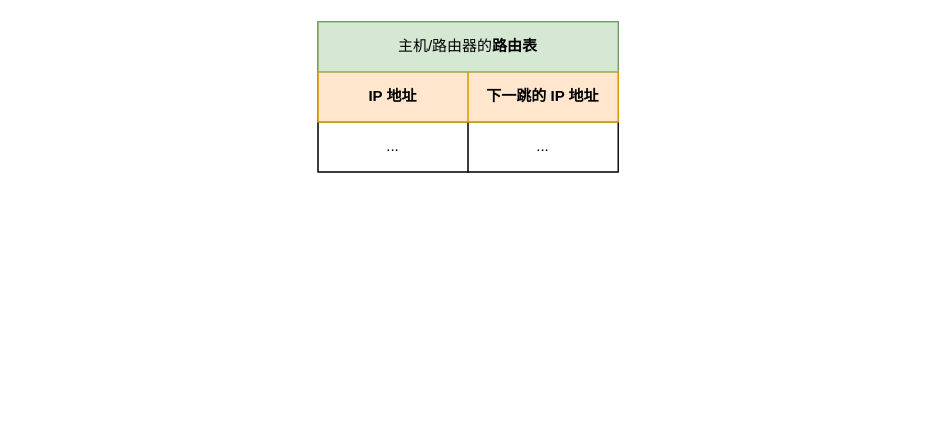
Earlier version of the draw.io diagram 计算机网络/路由控制.drawio (jayouths/drawio_Repository). Source tidied: cells renumbered, new cells numbered last; positions are measured from the earlier drawing's top-left corner, leaving out a move shared by most shapes. Both pictures are drawn from the tidied source at 125%, with x=0, y=0 at pixel (318, 21).
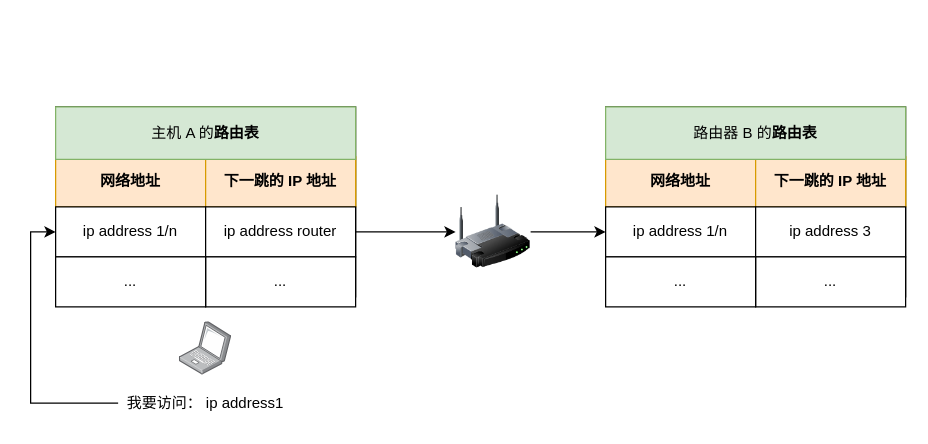
After the change.

Commit message (it also covers changes not shown here):
更新路由控制.drawio

The edit, as a diff of the source:
```diff
@@
+    <mxCell id="10" style="group;" parent="1" vertex="1">
+      <mxGeometry x="-210" y="68" width="680" height="252" as="geometry" />
+    </mxCell>
+    <mxCell id="11" style="image;html=1;align=center;shadow=0;dashed=0;image=img/lib/allied_telesis/computer_and_terminals/Laptop.svg;" parent="10" vertex="1">
+      <mxGeometry x="99" y="172" width="42" height="42.6" as="geometry" />
+    </mxCell>
+    <mxCell id="12" style="edgeStyle=orthogonalEdgeStyle;rounded=0;jettySize=auto;html=1;exitX=0;exitY=0.5;exitDx=0;exitDy=0;entryX=0;entryY=0.5;entryDx=0;entryDy=0;" parent="10" edge="1" source="13" target="4">
+      <mxGeometry relative="1" as="geometry" />
+    </mxCell>
+    <mxCell id="13" value="我要访问： ip address1" style="text;html=1;whiteSpace=wrap;strokeColor=none;fillColor=none;align=center;verticalAlign=middle;rounded=0;" parent="10" vertex="1">
+      <mxGeometry x="50" y="222" width="140" height="30" as="geometry" />
+    </mxCell>
+    <mxCell id="14" style="edgeStyle=orthogonalEdgeStyle;rounded=0;jettySize=auto;html=1;exitX=1;exitY=0.5;exitDx=0;exitDy=0;entryX=0;entryY=0.5;entryDx=0;entryDy=0;" parent="10" edge="1" source="5" target="16">
+      <mxGeometry relative="1" as="geometry" />
+    </mxCell>
+    <mxCell id="15" style="edgeStyle=orthogonalEdgeStyle;rounded=0;jettySize=auto;html=1;exitX=1;exitY=0.5;exitDx=0;exitDy=0;entryX=0;entryY=0.5;entryDx=0;entryDy=0;" parent="10" edge="1" source="16" target="26">
+      <mxGeometry relative="1" as="geometry" />
+    </mxCell>
+    <mxCell id="16" style="image;html=1;image=img/lib/clip_art/networking/Wireless_Router_128x128.png;" parent="10" vertex="1">
+      <mxGeometry x="320" y="70" width="60" height="60" as="geometry" />
+    </mxCell>
+    <mxCell id="17" style="group;" parent="10" vertex="1">
+      <mxGeometry width="240" height="160" as="geometry" />
+    </mxCell>
-    <mxCell id="2" style="rounded=0;whiteSpace=wrap;html=1;" parent="1" vertex="1">
-      <mxGeometry width="240" height="120" as="geometry" />
+    <mxCell id="2" style="rounded=0;whiteSpace=wrap;html=1;" parent="17" vertex="1">
+      <mxGeometry width="240" height="152" as="geometry" />
     </mxCell>
-    <mxCell id="3" style="group;" parent="1" vertex="1">
-      <mxGeometry y="80" width="240" height="40" as="geometry" />
-    </mxCell>
-    <mxCell id="4" value="..." style="rounded=0;whiteSpace=wrap;html=1;" parent="3" vertex="1">
-      <mxGeometry width="120" height="40" as="geometry" />
-    </mxCell>
-    <mxCell id="5" value="..." style="rounded=0;whiteSpace=wrap;html=1;" parent="3" vertex="1">
-      <mxGeometry x="120" width="120" height="40" as="geometry" />
-    </mxCell>
-    <mxCell id="6" style="group;fillColor=#ffe6cc;strokeColor=#d79b00;" parent="1" vertex="1">
+    <mxCell id="6" style="group;fillColor=#ffe6cc;strokeColor=#d79b00;" parent="17" vertex="1">
       <mxGeometry y="40" width="240" height="40" as="geometry" />
     </mxCell>
-    <mxCell id="7" value="&lt;b&gt;IP 地址&lt;/b&gt;" style="rounded=0;whiteSpace=wrap;html=1;fillColor=#ffe6cc;strokeColor=#d79b00;" parent="6" vertex="1">
+    <mxCell id="7" value="&lt;b&gt;网络地址&lt;/b&gt;" style="rounded=0;whiteSpace=wrap;html=1;fillColor=#ffe6cc;strokeColor=#d79b00;" parent="6" vertex="1">
       <mxGeometry width="120" height="40" as="geometry" />
     </mxCell>
@@
-    <mxCell id="9" value="主机/路由器的&lt;b&gt;路由表&lt;/b&gt;" style="rounded=0;whiteSpace=wrap;html=1;fillColor=#d5e8d4;strokeColor=#82b366;" parent="1" vertex="1">
-      <mxGeometry width="240" height="40" as="geometry" />
+    <mxCell id="9" value="主机 A 的&lt;b&gt;路由表&lt;/b&gt;" style="rounded=0;whiteSpace=wrap;html=1;fillColor=#d5e8d4;strokeColor=#82b366;" parent="17" vertex="1">
+      <mxGeometry width="240" height="42" as="geometry" />
     </mxCell>
+    <mxCell id="4" value="ip address 1/n" style="rounded=0;whiteSpace=wrap;html=1;" parent="17" vertex="1">
+      <mxGeometry y="80" width="120" height="40" as="geometry" />
+    </mxCell>
+    <mxCell id="5" value="ip address router" style="rounded=0;whiteSpace=wrap;html=1;" parent="17" vertex="1">
+      <mxGeometry x="120" y="80" width="120" height="40" as="geometry" />
+    </mxCell>
+    <mxCell id="18" value="..." style="rounded=0;whiteSpace=wrap;html=1;" parent="17" vertex="1">
+      <mxGeometry x="120" y="120" width="120" height="40" as="geometry" />
+    </mxCell>
+    <mxCell id="19" value="..." style="rounded=0;whiteSpace=wrap;html=1;" parent="17" vertex="1">
+      <mxGeometry y="120" width="120" height="40" as="geometry" />
+    </mxCell>
+    <mxCell id="20" style="group;" parent="10" vertex="1">
+      <mxGeometry x="440" width="240" height="160" as="geometry" />
+    </mxCell>
+    <mxCell id="21" style="rounded=0;whiteSpace=wrap;html=1;" parent="20" vertex="1">
+      <mxGeometry width="240" height="152" as="geometry" />
+    </mxCell>
+    <mxCell id="22" style="group;fillColor=#ffe6cc;strokeColor=#d79b00;" parent="20" vertex="1">
+      <mxGeometry y="40" width="240" height="40" as="geometry" />
+    </mxCell>
+    <mxCell id="23" value="&lt;b&gt;网络地址&lt;/b&gt;" style="rounded=0;whiteSpace=wrap;html=1;fillColor=#ffe6cc;strokeColor=#d79b00;" parent="22" vertex="1">
+      <mxGeometry width="120" height="40" as="geometry" />
+    </mxCell>
+    <mxCell id="24" value="&lt;b&gt;下一跳的 IP 地址&lt;/b&gt;" style="rounded=0;whiteSpace=wrap;html=1;fillColor=#ffe6cc;strokeColor=#d79b00;" parent="22" vertex="1">
+      <mxGeometry x="120" width="120" height="40" as="geometry" />
+    </mxCell>
+    <mxCell id="25" value="路由器 B 的&lt;b&gt;路由表&lt;/b&gt;" style="rounded=0;whiteSpace=wrap;html=1;fillColor=#d5e8d4;strokeColor=#82b366;" parent="20" vertex="1">
+      <mxGeometry width="240" height="42" as="geometry" />
+    </mxCell>
+    <mxCell id="26" value="ip address 1/n" style="rounded=0;whiteSpace=wrap;html=1;" parent="20" vertex="1">
+      <mxGeometry y="80" width="120" height="40" as="geometry" />
+    </mxCell>
+    <mxCell id="27" value="ip address 3" style="rounded=0;whiteSpace=wrap;html=1;" parent="20" vertex="1">
+      <mxGeometry x="120" y="80" width="120" height="40" as="geometry" />
+    </mxCell>
+    <mxCell id="28" value="..." style="rounded=0;whiteSpace=wrap;html=1;" parent="20" vertex="1">
+      <mxGeometry x="120" y="120" width="120" height="40" as="geometry" />
+    </mxCell>
+    <mxCell id="29" value="..." style="rounded=0;whiteSpace=wrap;html=1;" parent="20" vertex="1">
+      <mxGeometry y="120" width="120" height="40" as="geometry" />
+    </mxCell>
```
